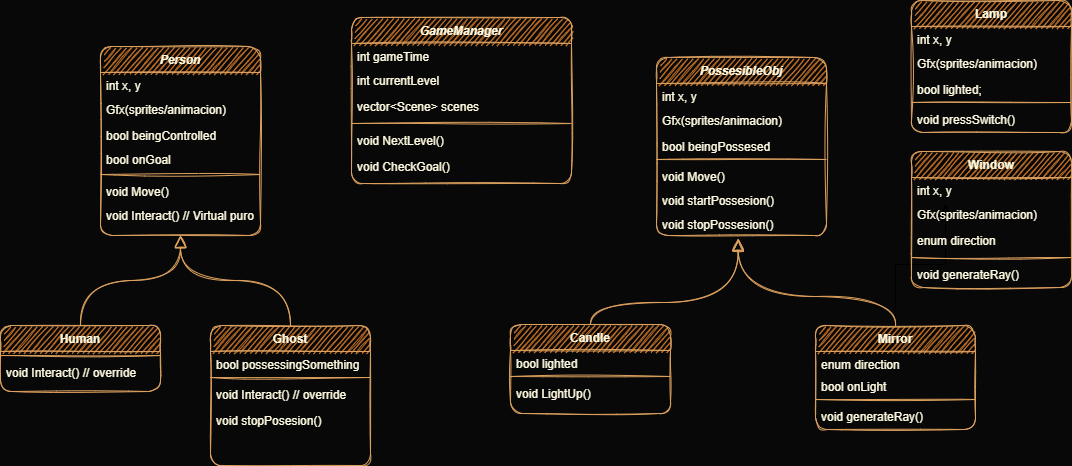
This is images/UML.png from miriam-m-s/GRUPO4-PVLI, a draw.io export, as it was before one commit. Source tidied: cells renumbered, new cells last; positions are measured from the earlier drawing's top-left corner, leaving out a move shared by most shapes.
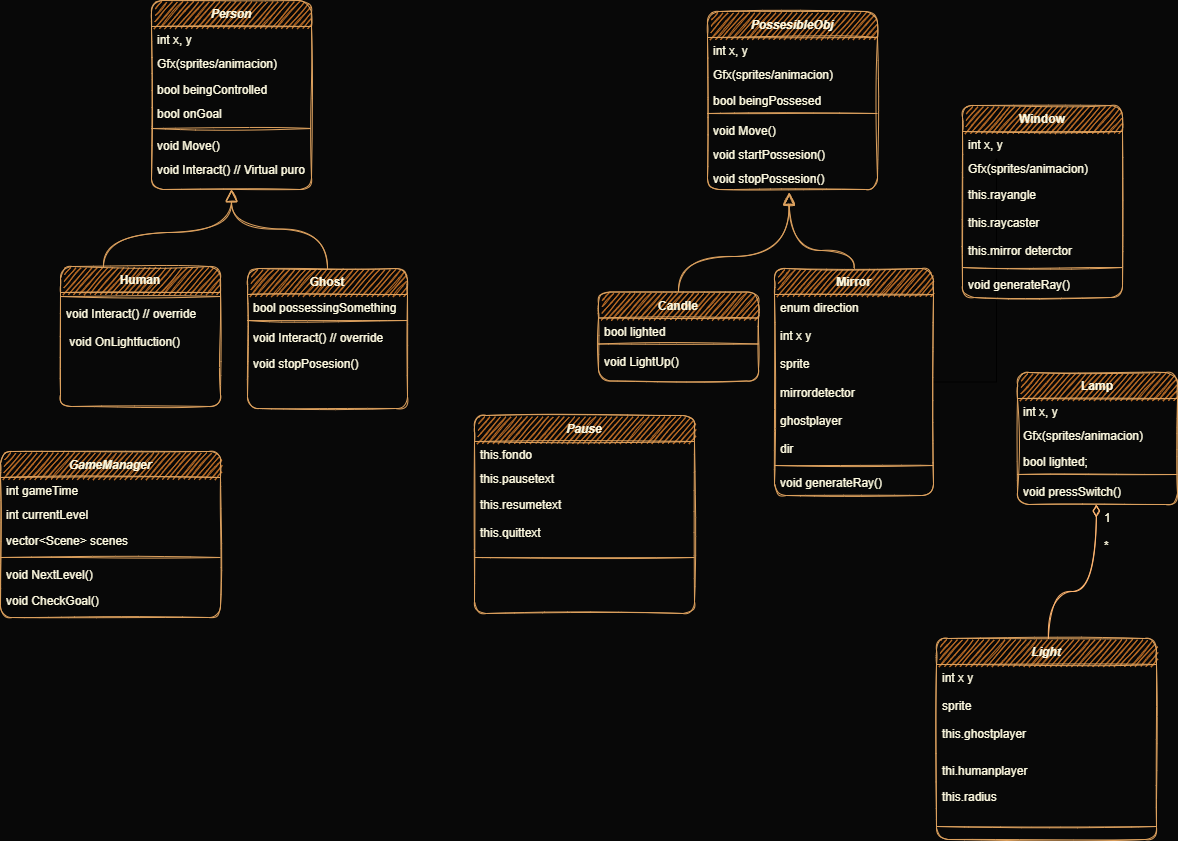
The same file after the commit.

Diff of the diagram source:
```diff
@@ -26,20 +26,15 @@
     <mxCell id="9" value="void Interact() // Virtual puro" style="text;align=left;verticalAlign=top;spacingLeft=4;spacingRight=4;overflow=hidden;shadow=0;html=0;fontColor=#FEFAE0;rounded=1;sketch=1;" parent="2" vertex="1">
       <mxGeometry y="156" width="160" height="24" as="geometry" />
     </mxCell>
-    <mxCell id="10" value="Human" style="swimlane;fontStyle=1;align=center;verticalAlign=top;horizontal=1;startSize=26;shadow=0;strokeWidth=1;fillColor=#BC6C25;strokeColor=#DDA15E;fontColor=#FEFAE0;rounded=1;sketch=1;" parent="1" vertex="1">
-      <mxGeometry y="325" width="160" height="66" as="geometry" />
-    </mxCell>
-    <mxCell id="11" style="line;html=1;strokeWidth=1;align=left;verticalAlign=middle;spacingTop=-1;spacingLeft=3;spacingRight=3;labelPosition=right;fillColor=#BC6C25;strokeColor=#DDA15E;fontColor=#FEFAE0;rounded=1;sketch=1;labelBackgroundColor=#283618;" parent="10" vertex="1">
-      <mxGeometry y="26" width="160" height="8" as="geometry" />
-    </mxCell>
-    <mxCell id="12" value="void Interact() // override" style="text;align=left;verticalAlign=top;spacingLeft=4;spacingRight=4;overflow=hidden;fontColor=#FEFAE0;rounded=1;sketch=1;" parent="10" vertex="1">
-      <mxGeometry y="34" width="160" height="26" as="geometry" />
-    </mxCell>
     <mxCell id="13" style="endArrow=block;endSize=10;endFill=0;shadow=0;strokeWidth=1;edgeStyle=elbowEdgeStyle;elbow=vertical;strokeColor=#DDA15E;fontColor=#FEFAE0;curved=1;sketch=1;labelBackgroundColor=#283618;" parent="1" edge="1" source="10" target="2">
-      <mxGeometry relative="1" as="geometry" />
+      <mxGeometry relative="1" as="geometry">
+        <Array as="points">
+          <mxPoint x="52" y="278" />
+        </Array>
+      </mxGeometry>
     </mxCell>
     <mxCell id="14" value="Ghost" style="swimlane;fontStyle=1;align=center;verticalAlign=top;horizontal=1;startSize=26;shadow=0;strokeWidth=1;fillColor=#BC6C25;strokeColor=#DDA15E;fontColor=#FEFAE0;rounded=1;sketch=1;" parent="1" vertex="1">
-      <mxGeometry x="210" y="325" width="160" height="140" as="geometry" />
+      <mxGeometry x="196" y="314" width="160" height="140" as="geometry" />
     </mxCell>
     <mxCell id="15" value="bool possessingSomething" style="text;align=left;verticalAlign=top;spacingLeft=4;spacingRight=4;overflow=hidden;fontColor=#FEFAE0;rounded=1;sketch=1;" parent="14" vertex="1">
       <mxGeometry y="26" width="160" height="22" as="geometry" />
@@ -81,7 +76,7 @@
       <mxGeometry y="154" width="170" height="24" as="geometry" />
     </mxCell>
     <mxCell id="28" value="Candle" style="swimlane;fontStyle=1;align=center;verticalAlign=top;horizontal=1;startSize=26;shadow=0;strokeWidth=1;fillColor=#BC6C25;strokeColor=#DDA15E;fontColor=#FEFAE0;rounded=1;sketch=1;" parent="1" vertex="1">
-      <mxGeometry x="510" y="324" width="160" height="89" as="geometry" />
+      <mxGeometry x="547" y="337.5" width="160" height="89" as="geometry" />
     </mxCell>
     <mxCell id="29" value="bool lighted" style="text;align=left;verticalAlign=top;spacingLeft=4;spacingRight=4;overflow=hidden;fontColor=#FEFAE0;rounded=1;sketch=1;" parent="28" vertex="1">
       <mxGeometry y="26" width="160" height="22" as="geometry" />
@@ -100,7 +95,7 @@
       </mxGeometry>
     </mxCell>
     <mxCell id="33" value="GameManager" style="swimlane;fontStyle=3;align=center;verticalAlign=top;horizontal=1;startSize=26;shadow=0;strokeWidth=1;fillColor=#BC6C25;strokeColor=#DDA15E;fontColor=#FEFAE0;rounded=1;sketch=1;" parent="1" vertex="1">
-      <mxGeometry x="351" y="17" width="220" height="166" as="geometry" />
+      <mxGeometry x="-51" y="497" width="220" height="166" as="geometry" />
     </mxCell>
     <mxCell id="34" value="int gameTime" style="text;align=left;verticalAlign=top;spacingLeft=4;spacingRight=4;overflow=hidden;fontColor=#FEFAE0;rounded=1;sketch=1;" parent="33" vertex="1">
       <mxGeometry y="26" width="220" height="24" as="geometry" />
@@ -126,19 +121,19 @@
       </mxGeometry>
     </mxCell>
     <mxCell id="41" value="Mirror" style="swimlane;fontStyle=1;align=center;verticalAlign=top;horizontal=1;startSize=26;shadow=0;strokeWidth=1;fillColor=#BC6C25;strokeColor=#DDA15E;fontColor=#FEFAE0;rounded=1;sketch=1;" parent="1" vertex="1">
-      <mxGeometry x="815" y="325" width="160" height="104" as="geometry" />
+      <mxGeometry x="723" y="314" width="159" height="227" as="geometry" />
     </mxCell>
-    <mxCell id="42" value="enum direction" style="text;align=left;verticalAlign=top;spacingLeft=4;spacingRight=4;overflow=hidden;fontColor=#FEFAE0;rounded=1;sketch=1;" parent="41" vertex="1">
-      <mxGeometry y="26" width="160" height="22" as="geometry" />
+    <mxCell id="42" value="enum direction&#10;&#10;int x y&#10;&#10;sprite" style="text;align=left;verticalAlign=top;spacingLeft=4;spacingRight=4;overflow=hidden;fontColor=#FEFAE0;rounded=1;sketch=1;" parent="41" vertex="1">
+      <mxGeometry y="26" width="159" height="85" as="geometry" />
     </mxCell>
-    <mxCell id="43" value="bool onLight" style="text;align=left;verticalAlign=top;spacingLeft=4;spacingRight=4;overflow=hidden;fontColor=#FEFAE0;rounded=1;sketch=1;" parent="41" vertex="1">
-      <mxGeometry y="48" width="160" height="22" as="geometry" />
+    <mxCell id="43" value="mirrordetector&#10; &#10;ghostplayer&#10;&#10;dir" style="text;align=left;verticalAlign=top;spacingLeft=4;spacingRight=4;overflow=hidden;fontColor=#FEFAE0;rounded=1;sketch=1;" parent="41" vertex="1">
+      <mxGeometry y="111" width="159" height="82" as="geometry" />
     </mxCell>
     <mxCell id="44" style="line;html=1;strokeWidth=1;align=left;verticalAlign=middle;spacingTop=-1;spacingLeft=3;spacingRight=3;labelPosition=right;fillColor=#BC6C25;strokeColor=#DDA15E;fontColor=#FEFAE0;rounded=1;sketch=1;labelBackgroundColor=#283618;" parent="41" vertex="1">
-      <mxGeometry y="70" width="160" height="8" as="geometry" />
+      <mxGeometry y="193" width="159" height="8" as="geometry" />
     </mxCell>
     <mxCell id="45" value="void generateRay()" style="text;align=left;verticalAlign=top;spacingLeft=4;spacingRight=4;overflow=hidden;fontColor=#FEFAE0;rounded=1;sketch=1;" parent="41" vertex="1">
-      <mxGeometry y="78" width="160" height="26" as="geometry" />
+      <mxGeometry y="201" width="159" height="26" as="geometry" />
     </mxCell>
     <mxCell id="46" style="endArrow=block;endSize=10;endFill=0;shadow=0;strokeWidth=1;edgeStyle=elbowEdgeStyle;elbow=vertical;strokeColor=#DDA15E;fontColor=#FEFAE0;curved=1;sketch=1;labelBackgroundColor=#283618;exitX=0.5;exitY=0;exitDx=0;exitDy=0;entryX=0.48;entryY=1.125;entryDx=0;entryDy=0;entryPerimeter=0;" parent="1" edge="1" source="41" target="27">
       <mxGeometry relative="1" as="geometry">
@@ -148,7 +143,7 @@
       </mxGeometry>
     </mxCell>
     <mxCell id="47" value="Lamp" style="swimlane;fontStyle=1;align=center;verticalAlign=top;horizontal=1;startSize=26;shadow=0;strokeWidth=1;fillColor=#BC6C25;strokeColor=#DDA15E;fontColor=#FEFAE0;rounded=1;sketch=1;" parent="1" vertex="1">
-      <mxGeometry x="911" width="160" height="132" as="geometry" />
+      <mxGeometry x="966" y="418" width="160" height="132" as="geometry" />
     </mxCell>
     <mxCell id="48" value="int x, y" style="text;align=left;verticalAlign=top;spacingLeft=4;spacingRight=4;overflow=hidden;fontColor=#FEFAE0;rounded=1;sketch=1;" parent="47" vertex="1">
       <mxGeometry y="26" width="160" height="24" as="geometry" />
@@ -166,7 +161,7 @@
       <mxGeometry y="106" width="160" height="26" as="geometry" />
     </mxCell>
     <mxCell id="53" value="Window" style="swimlane;fontStyle=1;align=center;verticalAlign=top;horizontal=1;startSize=26;shadow=0;strokeWidth=1;fillColor=#BC6C25;strokeColor=#DDA15E;fontColor=#FEFAE0;rounded=1;sketch=1;" parent="1" vertex="1">
-      <mxGeometry x="911" y="151" width="160" height="136" as="geometry" />
+      <mxGeometry x="911" y="151" width="160" height="192" as="geometry" />
     </mxCell>
     <mxCell id="54" value="int x, y" style="text;align=left;verticalAlign=top;spacingLeft=4;spacingRight=4;overflow=hidden;fontColor=#FEFAE0;rounded=1;sketch=1;" parent="53" vertex="1">
       <mxGeometry y="26" width="160" height="24" as="geometry" />
@@ -174,14 +169,64 @@
     <mxCell id="55" value="Gfx(sprites/animacion)" style="text;align=left;verticalAlign=top;spacingLeft=4;spacingRight=4;overflow=hidden;shadow=0;html=0;fontColor=#FEFAE0;rounded=1;sketch=1;" parent="53" vertex="1">
       <mxGeometry y="50" width="160" height="26" as="geometry" />
     </mxCell>
-    <mxCell id="56" value="enum direction" style="text;align=left;verticalAlign=top;spacingLeft=4;spacingRight=4;overflow=hidden;fontColor=#FEFAE0;rounded=1;sketch=1;" parent="53" vertex="1">
-      <mxGeometry y="76" width="160" height="26" as="geometry" />
+    <mxCell id="56" value="this.rayangle&#10;&#10;this.raycaster&#10;&#10;this.mirror deterctor" style="text;align=left;verticalAlign=top;spacingLeft=4;spacingRight=4;overflow=hidden;fontColor=#FEFAE0;rounded=1;sketch=1;" parent="53" vertex="1">
+      <mxGeometry y="76" width="160" height="82" as="geometry" />
     </mxCell>
     <mxCell id="57" style="line;html=1;strokeWidth=1;align=left;verticalAlign=middle;spacingTop=-1;spacingLeft=3;spacingRight=3;labelPosition=right;fillColor=#BC6C25;strokeColor=#DDA15E;fontColor=#FEFAE0;rounded=1;sketch=1;labelBackgroundColor=#283618;" parent="53" vertex="1">
-      <mxGeometry y="102" width="160" height="8" as="geometry" />
+      <mxGeometry y="158" width="160" height="8" as="geometry" />
     </mxCell>
     <mxCell id="58" value="void generateRay()" style="text;align=left;verticalAlign=top;spacingLeft=4;spacingRight=4;overflow=hidden;fontColor=#FEFAE0;rounded=1;sketch=1;" parent="53" vertex="1">
-      <mxGeometry y="110" width="160" height="26" as="geometry" />
+      <mxGeometry y="166" width="160" height="26" as="geometry" />
     </mxCell>
+    <mxCell id="59" value="Pause" style="swimlane;fontStyle=3;align=center;verticalAlign=top;horizontal=1;startSize=26;shadow=0;strokeWidth=1;fillColor=#BC6C25;strokeColor=#DDA15E;fontColor=#FEFAE0;rounded=1;sketch=1;" parent="1" vertex="1">
+      <mxGeometry x="423" y="461" width="220" height="198" as="geometry" />
+    </mxCell>
+    <mxCell id="60" value="this.fondo" style="text;align=left;verticalAlign=top;spacingLeft=4;spacingRight=4;overflow=hidden;fontColor=#FEFAE0;rounded=1;sketch=1;" parent="59" vertex="1">
+      <mxGeometry y="26" width="220" height="24" as="geometry" />
+    </mxCell>
+    <mxCell id="61" value="this.pausetext" style="text;align=left;verticalAlign=top;spacingLeft=4;spacingRight=4;overflow=hidden;shadow=0;html=0;fontColor=#FEFAE0;rounded=1;sketch=1;" parent="59" vertex="1">
+      <mxGeometry y="50" width="220" height="26" as="geometry" />
+    </mxCell>
+    <mxCell id="62" value="this.resumetext&#10;&#10;this.quittext" style="text;align=left;verticalAlign=top;spacingLeft=4;spacingRight=4;overflow=hidden;shadow=0;html=0;fontColor=#FEFAE0;rounded=1;sketch=1;" parent="59" vertex="1">
+      <mxGeometry y="76" width="220" height="62" as="geometry" />
+    </mxCell>
+    <mxCell id="63" style="line;html=1;strokeWidth=1;align=left;verticalAlign=middle;spacingTop=-1;spacingLeft=3;spacingRight=3;labelPosition=right;fillColor=#BC6C25;strokeColor=#DDA15E;fontColor=#FEFAE0;rounded=1;sketch=1;labelBackgroundColor=#283618;" parent="59" vertex="1">
+      <mxGeometry y="138" width="220" height="8" as="geometry" />
+    </mxCell>
+    <mxCell id="10" value="Human" style="swimlane;fontStyle=1;align=center;verticalAlign=top;horizontal=1;startSize=26;shadow=0;strokeWidth=1;fillColor=#BC6C25;strokeColor=#DDA15E;fontColor=#FEFAE0;rounded=1;sketch=1;" parent="1" vertex="1">
+      <mxGeometry x="9" y="312" width="160" height="140" as="geometry" />
+    </mxCell>
+    <mxCell id="11" style="line;html=1;strokeWidth=1;align=left;verticalAlign=middle;spacingTop=-1;spacingLeft=3;spacingRight=3;labelPosition=right;fillColor=#BC6C25;strokeColor=#DDA15E;fontColor=#FEFAE0;rounded=1;sketch=1;labelBackgroundColor=#283618;" parent="10" vertex="1">
+      <mxGeometry y="26" width="160" height="8" as="geometry" />
+    </mxCell>
+    <mxCell id="64" value="void Interact() // override&#10;&#10; void OnLightfuction()&#10;&#10;" style="text;align=left;verticalAlign=top;spacingLeft=4;spacingRight=4;overflow=hidden;fontColor=#FEFAE0;rounded=1;sketch=1;" parent="10" vertex="1">
+      <mxGeometry y="34" width="160" height="79" as="geometry" />
+    </mxCell>
+    <mxCell id="65" value="Light" style="swimlane;fontStyle=3;align=center;verticalAlign=top;horizontal=1;startSize=26;shadow=0;strokeWidth=1;fillColor=#BC6C25;strokeColor=#DDA15E;fontColor=#FEFAE0;rounded=1;sketch=1;" parent="1" vertex="1">
+      <mxGeometry x="885" y="684" width="220" height="201" as="geometry" />
+    </mxCell>
+    <mxCell id="66" value="int x y&#10;&#10;sprite&#10;&#10;this.ghostplayer" style="text;align=left;verticalAlign=top;spacingLeft=4;spacingRight=4;overflow=hidden;fontColor=#FEFAE0;rounded=1;sketch=1;" parent="65" vertex="1">
+      <mxGeometry y="26" width="220" height="93" as="geometry" />
+    </mxCell>
+    <mxCell id="67" value="thi.humanplayer" style="text;align=left;verticalAlign=top;spacingLeft=4;spacingRight=4;overflow=hidden;shadow=0;html=0;fontColor=#FEFAE0;rounded=1;sketch=1;" parent="65" vertex="1">
+      <mxGeometry y="119" width="220" height="26" as="geometry" />
+    </mxCell>
+    <mxCell id="68" value="this.radius" style="text;align=left;verticalAlign=top;spacingLeft=4;spacingRight=4;overflow=hidden;shadow=0;html=0;fontColor=#FEFAE0;rounded=1;sketch=1;" parent="65" vertex="1">
+      <mxGeometry y="145" width="220" height="39" as="geometry" />
+    </mxCell>
+    <mxCell id="69" style="line;html=1;strokeWidth=1;align=left;verticalAlign=middle;spacingTop=-1;spacingLeft=3;spacingRight=3;labelPosition=right;fillColor=#BC6C25;strokeColor=#DDA15E;fontColor=#FEFAE0;rounded=1;sketch=1;labelBackgroundColor=#283618;" parent="65" vertex="1">
+      <mxGeometry y="184" width="220" height="8" as="geometry" />
+    </mxCell>
+    <mxCell id="70" style="endArrow=diamondThin;endSize=10;endFill=0;shadow=0;strokeWidth=1;edgeStyle=elbowEdgeStyle;elbow=vertical;strokeColor=#FFB570;fontColor=#FEFAE0;curved=1;sketch=1;labelBackgroundColor=#283618;exitX=0.5;exitY=0;exitDx=0;exitDy=0;entryX=0.493;entryY=1;entryDx=0;entryDy=0;entryPerimeter=0;" parent="1" edge="1" target="52">
+      <mxGeometry relative="1" as="geometry">
+        <mxPoint x="996.9" y="684" as="sourcePoint" />
+        <Array as="points">
+          <mxPoint x="1093" y="637" />
+        </Array>
+      </mxGeometry>
+    </mxCell>
+    <mxCell id="71" value="1&#10;&#10;*" style="text;align=left;verticalAlign=top;spacingLeft=4;spacingRight=4;overflow=hidden;fontColor=#FEFAE0;rounded=1;sketch=1;" parent="1" vertex="1">
+      <mxGeometry x="1047" y="550" width="21" height="55" as="geometry" />
+    </mxCell>
   </root>
 </mxGraphModel>
```
